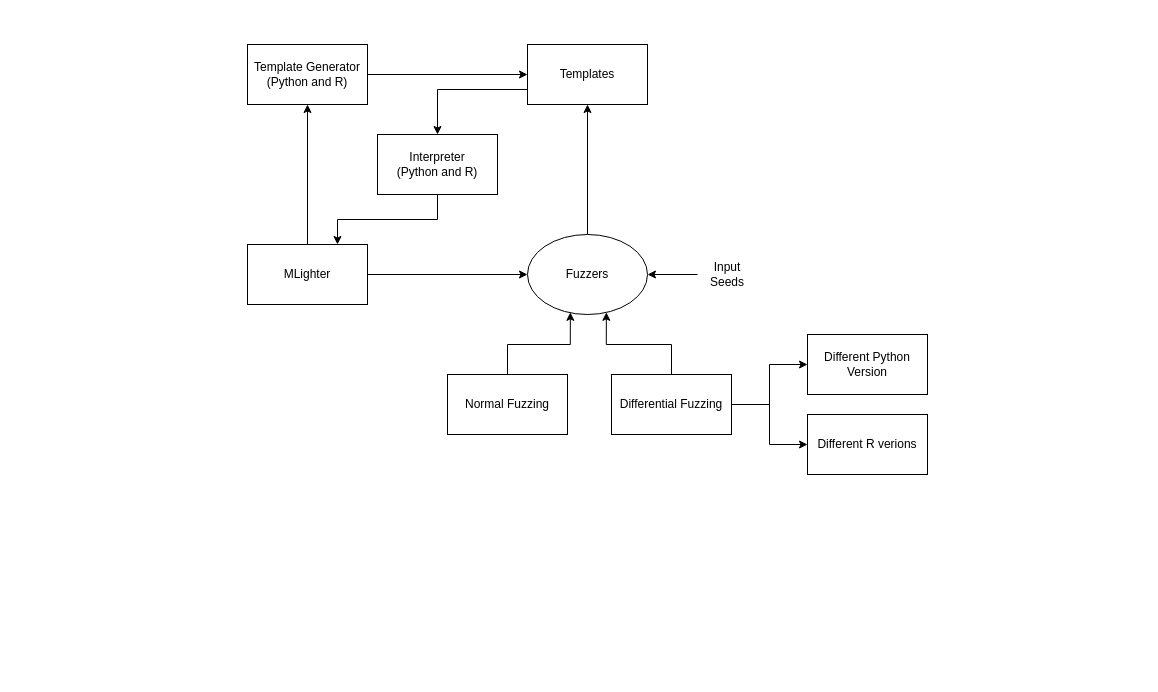
Before: GenAndFuzz.drawio in GloC99/diagrams, a draw.io diagram. Source tidied: cells renumbered, new cells numbered last; positions are measured from the earlier drawing's top-left corner, leaving out a move shared by most shapes. Both pictures are drawn from the tidied source at 100%, with x=0, y=0 at pixel (247, 44).
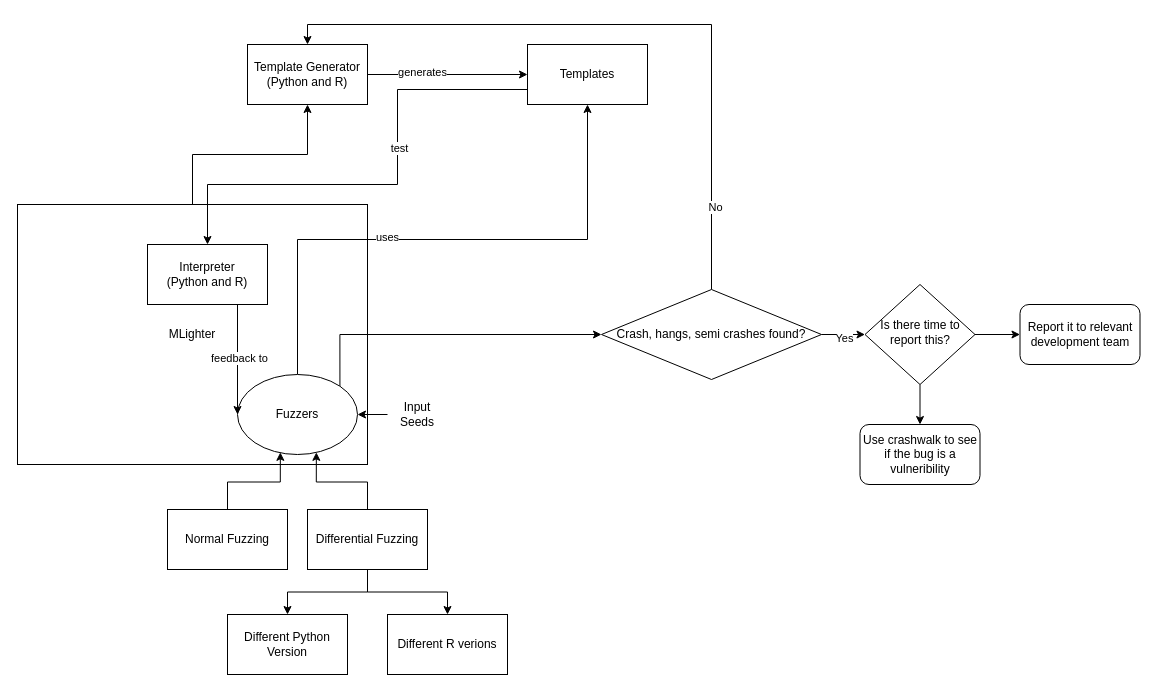
The same diagram, later.

Unchanged cells that the change refers to:
```xml
<mxCell id="5" style="edgeStyle=orthogonalEdgeStyle;rounded=0;jettySize=auto;html=1;exitX=1;exitY=0.5;exitDx=0;exitDy=0;entryX=0;entryY=0.5;entryDx=0;entryDy=0;" parent="1" edge="1" source="6" target="8">
  <mxGeometry relative="1" as="geometry" />
</mxCell>
<mxCell id="6" value="Template Generator&lt;br&gt;(Python and R)" style="rounded=0;whiteSpace=wrap;html=1;" parent="1" vertex="1">
  <mxGeometry width="120" height="60" as="geometry" />
</mxCell>
<mxCell id="8" value="Templates" style="rounded=0;whiteSpace=wrap;html=1;" parent="1" vertex="1">
  <mxGeometry x="280" width="120" height="60" as="geometry" />
</mxCell>
<mxCell id="9" style="edgeStyle=orthogonalEdgeStyle;rounded=0;jettySize=auto;html=1;exitX=0.5;exitY=0;exitDx=0;exitDy=0;entryX=0.5;entryY=1;entryDx=0;entryDy=0;" parent="1" edge="1" source="10" target="8">
  <mxGeometry relative="1" as="geometry" />
</mxCell>
```

What changed in the source:
```diff
@@
-    <mxCell id="3" style="edgeStyle=orthogonalEdgeStyle;rounded=0;jettySize=auto;html=1;exitX=1;exitY=0.5;exitDx=0;exitDy=0;entryX=0;entryY=0.5;entryDx=0;entryDy=0;" parent="1" edge="1" source="4" target="10">
-      <mxGeometry relative="1" as="geometry" />
-    </mxCell>
     <mxCell id="4" value="MLighter" style="rounded=0;whiteSpace=wrap;html=1;" parent="1" vertex="1">
-      <mxGeometry y="200" width="120" height="60" as="geometry" />
+      <mxGeometry x="-230" y="160" width="350" height="260" as="geometry" />
     </mxCell>
@@
+    <mxCell id="23" value="generates" style="edgeLabel;html=1;align=center;verticalAlign=middle;" parent="5" vertex="1">
+      <mxGeometry x="-0.33" y="3" relative="1" as="geometry" />
+    </mxCell>
@@
     <mxCell id="7" style="edgeStyle=orthogonalEdgeStyle;rounded=0;jettySize=auto;html=1;exitX=0;exitY=0.75;exitDx=0;exitDy=0;entryX=0.5;entryY=0;entryDx=0;entryDy=0;" parent="1" edge="1" source="8" target="14">
       <mxGeometry relative="1" as="geometry">
         <Array as="points">
-          <mxPoint x="190" y="45" />
+          <mxPoint x="150" y="45" />
+          <mxPoint x="150" y="140" />
+          <mxPoint x="-40" y="140" />
         </Array>
       </mxGeometry>
     </mxCell>
+    <mxCell id="24" value="test" style="edgeLabel;html=1;align=center;verticalAlign=middle;" parent="7" vertex="1">
+      <mxGeometry x="-0.21" y="1" relative="1" as="geometry" />
+    </mxCell>
@@
+    <mxCell id="25" value="uses" style="edgeLabel;html=1;align=center;verticalAlign=middle;" parent="9" vertex="1">
+      <mxGeometry x="-0.2" y="3" relative="1" as="geometry" />
+    </mxCell>
+    <mxCell id="26" style="edgeStyle=orthogonalEdgeStyle;rounded=0;jettySize=auto;html=1;exitX=1;exitY=0;exitDx=0;exitDy=0;entryX=0;entryY=0.5;entryDx=0;entryDy=0;" parent="1" edge="1" source="10" target="32">
+      <mxGeometry relative="1" as="geometry">
+        <Array as="points">
+          <mxPoint x="92" y="290" />
+          <mxPoint x="354" y="290" />
+        </Array>
+      </mxGeometry>
+    </mxCell>
     <mxCell id="10" value="Fuzzers" style="ellipse;whiteSpace=wrap;html=1;" parent="1" vertex="1">
-      <mxGeometry x="280" y="190" width="120" height="80" as="geometry" />
+      <mxGeometry x="-10" y="330" width="120" height="80" as="geometry" />
     </mxCell>
@@
     <mxCell id="12" value="Input Seeds" style="text;html=1;align=center;verticalAlign=middle;whiteSpace=wrap;rounded=0;" parent="1" vertex="1">
-      <mxGeometry x="450" y="215" width="60" height="30" as="geometry" />
+      <mxGeometry x="140" y="355" width="60" height="30" as="geometry" />
     </mxCell>
-    <mxCell id="13" style="edgeStyle=orthogonalEdgeStyle;rounded=0;jettySize=auto;html=1;exitX=0.5;exitY=1;exitDx=0;exitDy=0;entryX=0.75;entryY=0;entryDx=0;entryDy=0;" parent="1" edge="1" source="14" target="4">
-      <mxGeometry relative="1" as="geometry" />
+    <mxCell id="13" style="edgeStyle=orthogonalEdgeStyle;rounded=0;jettySize=auto;html=1;exitX=0.5;exitY=1;exitDx=0;exitDy=0;entryX=0;entryY=0.5;entryDx=0;entryDy=0;" parent="1" edge="1" source="14" target="10">
+      <mxGeometry relative="1" as="geometry">
+        <Array as="points">
+          <mxPoint x="-10" y="260" />
+        </Array>
+      </mxGeometry>
     </mxCell>
+    <mxCell id="27" value="feedback to" style="edgeLabel;html=1;align=center;verticalAlign=middle;" parent="13" vertex="1">
+      <mxGeometry x="0.18" y="1" relative="1" as="geometry" />
+    </mxCell>
     <mxCell id="14" value="Interpreter&lt;br&gt;(Python and R)" style="rounded=0;whiteSpace=wrap;html=1;" parent="1" vertex="1">
-      <mxGeometry x="130" y="90" width="120" height="60" as="geometry" />
+      <mxGeometry x="-100" y="200" width="120" height="60" as="geometry" />
     </mxCell>
     <mxCell id="15" value="Normal Fuzzing" style="rounded=0;whiteSpace=wrap;html=1;" parent="1" vertex="1">
-      <mxGeometry x="200" y="330" width="120" height="60" as="geometry" />
+      <mxGeometry x="-80" y="465" width="120" height="60" as="geometry" />
     </mxCell>
@@
     <mxCell id="18" value="Differential Fuzzing" style="rounded=0;whiteSpace=wrap;html=1;" parent="1" vertex="1">
-      <mxGeometry x="364" y="330" width="120" height="60" as="geometry" />
+      <mxGeometry x="60" y="465" width="120" height="60" as="geometry" />
     </mxCell>
@@
     <mxCell id="21" value="Different Python Version" style="rounded=0;whiteSpace=wrap;html=1;" parent="1" vertex="1">
-      <mxGeometry x="560" y="290" width="120" height="60" as="geometry" />
+      <mxGeometry x="-20" y="570" width="120" height="60" as="geometry" />
     </mxCell>
     <mxCell id="22" value="Different R verions" style="rounded=0;whiteSpace=wrap;html=1;" parent="1" vertex="1">
-      <mxGeometry x="560" y="370" width="120" height="60" as="geometry" />
+      <mxGeometry x="140" y="570" width="120" height="60" as="geometry" />
     </mxCell>
+    <mxCell id="28" style="edgeStyle=orthogonalEdgeStyle;rounded=0;jettySize=auto;html=1;exitX=0.5;exitY=0;exitDx=0;exitDy=0;entryX=0.5;entryY=0;entryDx=0;entryDy=0;" parent="1" edge="1" source="32" target="6">
+      <mxGeometry relative="1" as="geometry" />
+    </mxCell>
+    <mxCell id="29" value="No" style="edgeLabel;html=1;align=center;verticalAlign=middle;" parent="28" vertex="1">
+      <mxGeometry x="-0.76" y="-3" relative="1" as="geometry" />
+    </mxCell>
+    <mxCell id="30" style="edgeStyle=orthogonalEdgeStyle;rounded=0;jettySize=auto;html=1;exitX=1;exitY=0.5;exitDx=0;exitDy=0;entryX=0;entryY=0.5;entryDx=0;entryDy=0;" parent="1" edge="1" source="32" target="35">
+      <mxGeometry relative="1" as="geometry" />
+    </mxCell>
+    <mxCell id="31" value="Yes" style="edgeLabel;html=1;align=center;verticalAlign=middle;" parent="30" vertex="1">
+      <mxGeometry x="0.03" y="-3" relative="1" as="geometry" />
+    </mxCell>
+    <mxCell id="32" value="Crash, hangs, semi crashes found?" style="rhombus;whiteSpace=wrap;html=1;" parent="1" vertex="1">
+      <mxGeometry x="354" y="245" width="220" height="90" as="geometry" />
+    </mxCell>
+    <mxCell id="33" style="edgeStyle=orthogonalEdgeStyle;rounded=0;jettySize=auto;html=1;" parent="1" edge="1" source="35" target="37">
+      <mxGeometry relative="1" as="geometry" />
+    </mxCell>
+    <mxCell id="34" style="edgeStyle=orthogonalEdgeStyle;rounded=0;jettySize=auto;html=1;" parent="1" edge="1" source="35" target="36">
+      <mxGeometry relative="1" as="geometry" />
+    </mxCell>
+    <mxCell id="35" value="Is there time to report this?" style="rhombus;whiteSpace=wrap;html=1;shadow=0;fontFamily=Helvetica;fontSize=12;align=center;strokeWidth=1;spacing=6;spacingTop=-4;" parent="1" vertex="1">
+      <mxGeometry x="617.5" y="240" width="110" height="100" as="geometry" />
+    </mxCell>
+    <mxCell id="36" value="Report it to relevant development team" style="rounded=1;whiteSpace=wrap;html=1;" parent="1" vertex="1">
+      <mxGeometry x="772.5" y="260" width="120" height="60" as="geometry" />
+    </mxCell>
+    <mxCell id="37" value="Use crashwalk to see if the bug is a vulneribility" style="rounded=1;whiteSpace=wrap;html=1;" parent="1" vertex="1">
+      <mxGeometry x="612.5" y="380" width="120" height="60" as="geometry" />
+    </mxCell>
```
